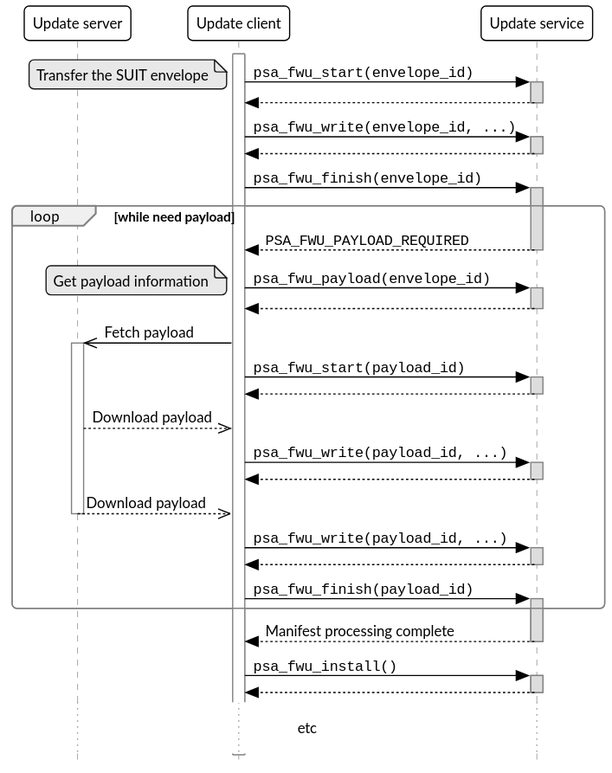
ARM-software/psa-api keeps this PlantUML diagram as design/rfc-01-fwu-suit/fetch-as-state.svg. Above is the earlier version. Its source is kept beside it as design/rfc-01-fwu-suit/fetch-as-state.puml. The source it was exported from:
```plantuml
@startuml

!include atg-spec.pumh


participant "Update server" as server
participant "Update client" as client
participant "Update service" as service

autoactivate on
activate client

client -> service #ddd: ""psa_fwu_start(envelope_id)""
note left: Transfer the SUIT envelope
return
client -> service #ddd: ""psa_fwu_write(envelope_id, ...)""
return
client -> service #ddd: ""psa_fwu_finish(envelope_id)""
loop while need payload
    return ""PSA_FWU_PAYLOAD_REQUIRED""
    client -> service #ddd: ""psa_fwu_payload(envelope_id)""
    note left: Get payload information
    return
    server <<- client: Fetch payload
    client -> service #ddd: ""psa_fwu_start(payload_id)""
    return
autoactivate off
    server -->> client: Download payload
autoactivate on
    client -> service #ddd: ""psa_fwu_write(payload_id, ...)""
    return
    server -->> client: Download payload
    client -> service #ddd: ""psa_fwu_write(payload_id, ...)""
    return
    client -> service #ddd: ""psa_fwu_finish(payload_id)""
end
client <-- service: Manifest processing complete
client -> service #ddd: ""psa_fwu_install()""
return
... etc ...
@enduml
```
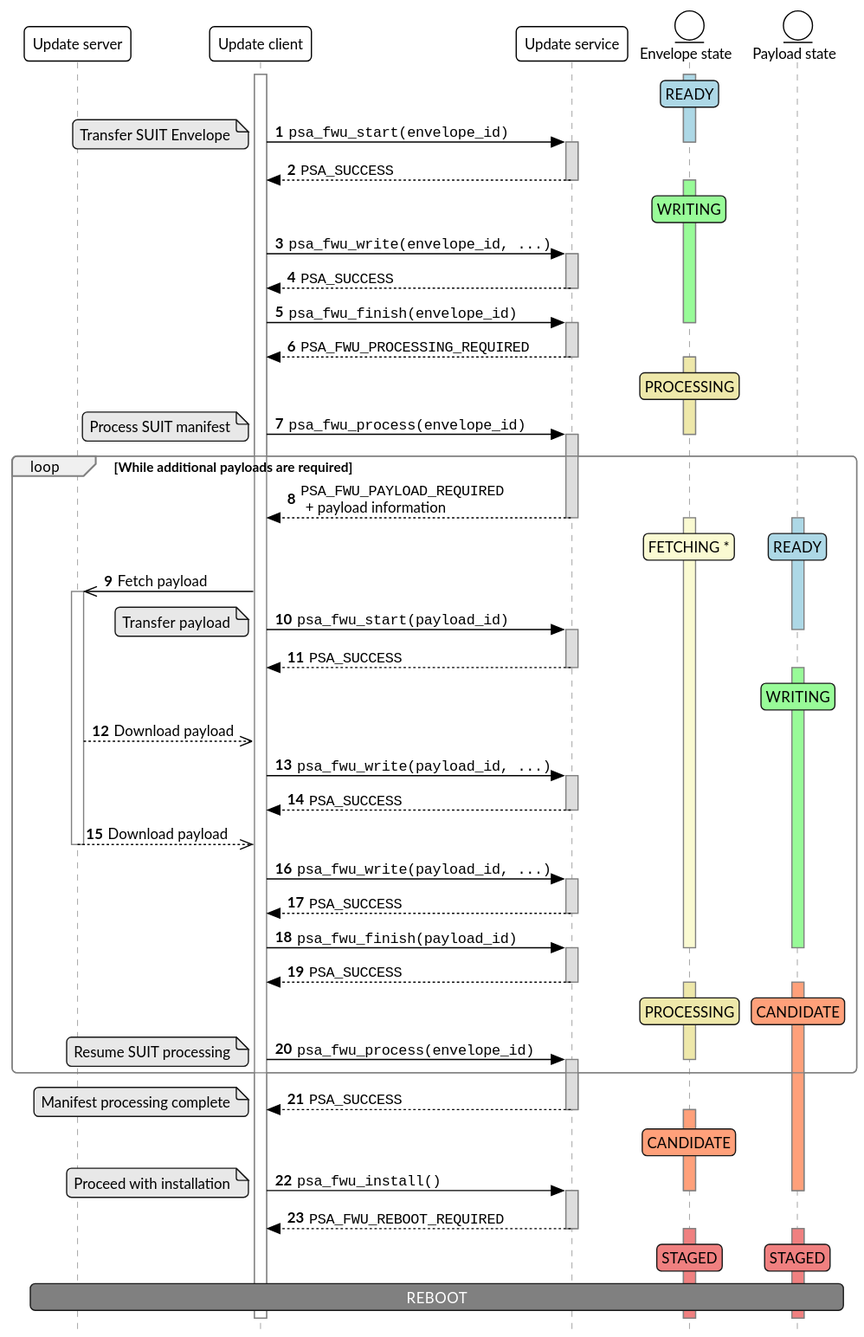
After the commit.

What changed in the source:
```diff
@@ -2,40 +2,112 @@
 
 !include atg-spec.pumh
 
-
 participant "Update server" as server
 participant "Update client" as client
 participant "Update service" as service
+entity "Envelope state" as envelope
+entity "Payload state" as payload
 
-autoactivate on
+autonumber
 activate client
+activate envelope #LightBlue
+rnote over envelope #LightBlue: READY
 
-client -> service #ddd: ""psa_fwu_start(envelope_id)""
-note left: Transfer the SUIT envelope
-return
+client -> service: ""psa_fwu_start(envelope_id)""
+note left: Transfer SUIT Envelope
+deactivate envelope
+activate service #ddd
+return ""PSA_SUCCESS""
+deactivate service
+activate envelope #PaleGreen
+rnote over envelope #PaleGreen: WRITING
+
 client -> service #ddd: ""psa_fwu_write(envelope_id, ...)""
-return
-client -> service #ddd: ""psa_fwu_finish(envelope_id)""
-loop while need payload
-    return ""PSA_FWU_PAYLOAD_REQUIRED""
-    client -> service #ddd: ""psa_fwu_payload(envelope_id)""
-    note left: Get payload information
-    return
-    server <<- client: Fetch payload
-    client -> service #ddd: ""psa_fwu_start(payload_id)""
-    return
-autoactivate off
+activate service #ddd
+return ""PSA_SUCCESS""
+deactivate service
+
+client -> service: ""psa_fwu_finish(envelope_id)""
+deactivate envelope
+activate service #ddd
+return ""PSA_FWU_PROCESSING_REQUIRED""
+deactivate service
+activate envelope #PaleGoldenRod
+rnote over envelope #PaleGoldenRod: PROCESSING
+
+client -> service: ""psa_fwu_process(envelope_id)""
+note left: Process SUIT manifest
+deactivate envelope
+activate service #ddd
+
+loop While additional payloads are required
+    return ""PSA_FWU_PAYLOAD_REQUIRED""\n  + payload information
+    deactivate service
+    activate envelope #LightGoldenRodYellow
+    activate payload #LightBlue
+    rnote over envelope #LightGoldenRodYellow: FETCHING *
+    / rnote over payload #LightBlue: READY
+
+    server <<- client ++ : Fetch payload
+    client -> service: ""psa_fwu_start(payload_id)""
+    note left: Transfer payload
+    deactivate payload
+    activate service #ddd
+    return ""PSA_SUCCESS""
+    deactivate service
+    activate payload #PaleGreen
+    rnote over payload #PaleGreen: WRITING
+
     server -->> client: Download payload
-autoactivate on
-    client -> service #ddd: ""psa_fwu_write(payload_id, ...)""
-    return
-    server -->> client: Download payload
-    client -> service #ddd: ""psa_fwu_write(payload_id, ...)""
-    return
-    client -> service #ddd: ""psa_fwu_finish(payload_id)""
+    client -> service: ""psa_fwu_write(payload_id, ...)""
+    activate service #ddd
+    return ""PSA_SUCCESS""
+    deactivate service
+
+    server -->> client -- : Download payload
+    client -> service: ""psa_fwu_write(payload_id, ...)""
+    activate service #ddd
+    client <-- service: ""PSA_SUCCESS""
+    deactivate service
+
+    client -> service: ""psa_fwu_finish(payload_id)""
+    deactivate payload
+    deactivate envelope
+    activate service #ddd
+    return ""PSA_SUCCESS""
+    deactivate service
+    activate envelope #PaleGoldenRod
+    activate payload #LightSalmon
+    rnote over envelope #PaleGoldenRod: PROCESSING
+    / rnote over payload #LightSalmon: CANDIDATE
+
+    client -> service: ""psa_fwu_process(envelope_id)""
+    note left: Resume SUIT processing
+    deactivate envelope
+    activate service #ddd
+
 end
-client <-- service: Manifest processing complete
+client <-- service: ""PSA_SUCCESS""
+note left: Manifest processing complete
+deactivate service
+activate envelope #LightSalmon
+rnote over envelope #LightSalmon: CANDIDATE
+
 client -> service #ddd: ""psa_fwu_install()""
-return
-... etc ...
+note left: Proceed with installation
+deactivate payload
+deactivate envelope
+activate service #ddd
+return  ""PSA_FWU_REBOOT_REQUIRED""
+deactivate service
+activate envelope #LightCoral
+activate payload #LightCoral
+rnote over envelope #LightCoral: STAGED
+/ rnote over payload #LightCoral: STAGED
+
+deactivate envelope
+deactivate payload
+
+rnote across #gray: <color:white>REBOOT
+
 @enduml
```
